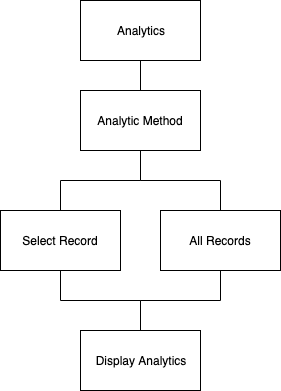
Earlier version of the draw.io export Thesis/images/Analytics.png (Perelan/Master). Source tidied: cells renumbered, new cells last; positions are measured from the earlier drawing's top-left corner, leaving out a move shared by most shapes. Source of this version:
```xml
<mxGraphModel>
  <root>
    <mxCell id="0" />
    <mxCell id="1" parent="0" />
    <mxCell id="2" style="edgeStyle=orthogonalEdgeStyle;rounded=0;jettySize=auto;html=1;exitX=0.5;exitY=1;exitDx=0;exitDy=0;entryX=0.5;entryY=0;entryDx=0;entryDy=0;endArrow=none;endFill=0;" parent="1" edge="1" source="3" target="6">
      <mxGeometry relative="1" as="geometry" />
    </mxCell>
    <mxCell id="3" value="Analytics" style="rounded=0;whiteSpace=wrap;html=1;" parent="1" vertex="1">
      <mxGeometry x="80" width="120" height="60" as="geometry" />
    </mxCell>
    <mxCell id="4" style="edgeStyle=orthogonalEdgeStyle;rounded=0;jettySize=auto;html=1;exitX=0.5;exitY=1;exitDx=0;exitDy=0;entryX=0.5;entryY=0;entryDx=0;entryDy=0;endArrow=none;endFill=0;" parent="1" edge="1" source="6" target="8">
      <mxGeometry relative="1" as="geometry" />
    </mxCell>
    <mxCell id="5" style="edgeStyle=orthogonalEdgeStyle;rounded=0;jettySize=auto;html=1;exitX=0.5;exitY=1;exitDx=0;exitDy=0;entryX=0.5;entryY=0;entryDx=0;entryDy=0;endArrow=none;endFill=0;" parent="1" edge="1" source="6" target="10">
      <mxGeometry relative="1" as="geometry" />
    </mxCell>
    <mxCell id="6" value="Analytic Method" style="rounded=0;whiteSpace=wrap;html=1;" parent="1" vertex="1">
      <mxGeometry x="80" y="90" width="120" height="60" as="geometry" />
    </mxCell>
    <mxCell id="7" style="edgeStyle=orthogonalEdgeStyle;rounded=0;jettySize=auto;html=1;exitX=0.5;exitY=1;exitDx=0;exitDy=0;entryX=0.5;entryY=0;entryDx=0;entryDy=0;endArrow=none;endFill=0;" parent="1" edge="1" source="8" target="11">
      <mxGeometry relative="1" as="geometry" />
    </mxCell>
    <mxCell id="8" value="Select Record" style="rounded=0;whiteSpace=wrap;html=1;" parent="1" vertex="1">
      <mxGeometry y="210" width="120" height="60" as="geometry" />
    </mxCell>
    <mxCell id="9" style="edgeStyle=orthogonalEdgeStyle;rounded=0;jettySize=auto;html=1;exitX=0.5;exitY=1;exitDx=0;exitDy=0;entryX=0.5;entryY=0;entryDx=0;entryDy=0;endArrow=none;endFill=0;" parent="1" edge="1" source="10" target="11">
      <mxGeometry relative="1" as="geometry" />
    </mxCell>
    <mxCell id="10" value="All Records" style="rounded=0;whiteSpace=wrap;html=1;" parent="1" vertex="1">
      <mxGeometry x="160" y="210" width="120" height="60" as="geometry" />
    </mxCell>
    <mxCell id="11" value="Display Analytics" style="rounded=0;whiteSpace=wrap;html=1;" parent="1" vertex="1">
      <mxGeometry x="80" y="330" width="120" height="60" as="geometry" />
    </mxCell>
  </root>
</mxGraphModel>
```
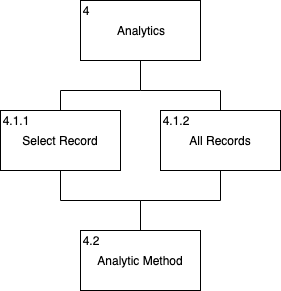
The same file after the commit.

Change to the diagram source:
```diff
@@ -2,21 +2,24 @@
   <root>
     <mxCell id="0" />
     <mxCell id="1" parent="0" />
-    <mxCell id="2" style="edgeStyle=orthogonalEdgeStyle;rounded=0;jettySize=auto;html=1;exitX=0.5;exitY=1;exitDx=0;exitDy=0;entryX=0.5;entryY=0;entryDx=0;entryDy=0;endArrow=none;endFill=0;" parent="1" edge="1" source="3" target="6">
-      <mxGeometry relative="1" as="geometry" />
+    <mxCell id="2" style="edgeStyle=orthogonalEdgeStyle;rounded=0;jettySize=auto;html=1;exitX=0.5;exitY=1;exitDx=0;exitDy=0;entryX=0.5;entryY=0;entryDx=0;entryDy=0;endArrow=none;endFill=0;" parent="1" edge="1" source="3">
+      <mxGeometry relative="1" as="geometry">
+        <mxPoint x="140" y="190" as="targetPoint" />
+      </mxGeometry>
     </mxCell>
     <mxCell id="3" value="Analytics" style="rounded=0;whiteSpace=wrap;html=1;" parent="1" vertex="1">
-      <mxGeometry x="80" width="120" height="60" as="geometry" />
+      <mxGeometry x="80" y="100" width="120" height="60" as="geometry" />
     </mxCell>
-    <mxCell id="4" style="edgeStyle=orthogonalEdgeStyle;rounded=0;jettySize=auto;html=1;exitX=0.5;exitY=1;exitDx=0;exitDy=0;entryX=0.5;entryY=0;entryDx=0;entryDy=0;endArrow=none;endFill=0;" parent="1" edge="1" source="6" target="8">
-      <mxGeometry relative="1" as="geometry" />
+    <mxCell id="4" style="edgeStyle=orthogonalEdgeStyle;rounded=0;jettySize=auto;html=1;exitX=0.5;exitY=1;exitDx=0;exitDy=0;entryX=0.5;entryY=0;entryDx=0;entryDy=0;endArrow=none;endFill=0;" parent="1" edge="1" target="8">
+      <mxGeometry relative="1" as="geometry">
+        <mxPoint x="140" y="190" as="sourcePoint" />
+      </mxGeometry>
     </mxCell>
-    <mxCell id="5" style="edgeStyle=orthogonalEdgeStyle;rounded=0;jettySize=auto;html=1;exitX=0.5;exitY=1;exitDx=0;exitDy=0;entryX=0.5;entryY=0;entryDx=0;entryDy=0;endArrow=none;endFill=0;" parent="1" edge="1" source="6" target="10">
-      <mxGeometry relative="1" as="geometry" />
+    <mxCell id="5" style="edgeStyle=orthogonalEdgeStyle;rounded=0;jettySize=auto;html=1;exitX=0.5;exitY=1;exitDx=0;exitDy=0;entryX=0.5;entryY=0;entryDx=0;entryDy=0;endArrow=none;endFill=0;" parent="1" edge="1" target="10">
+      <mxGeometry relative="1" as="geometry">
+        <mxPoint x="140" y="190" as="sourcePoint" />
+      </mxGeometry>
     </mxCell>
-    <mxCell id="6" value="Analytic Method" style="rounded=0;whiteSpace=wrap;html=1;" parent="1" vertex="1">
-      <mxGeometry x="80" y="90" width="120" height="60" as="geometry" />
-    </mxCell>
     <mxCell id="7" style="edgeStyle=orthogonalEdgeStyle;rounded=0;jettySize=auto;html=1;exitX=0.5;exitY=1;exitDx=0;exitDy=0;entryX=0.5;entryY=0;entryDx=0;entryDy=0;endArrow=none;endFill=0;" parent="1" edge="1" source="8" target="11">
       <mxGeometry relative="1" as="geometry" />
     </mxCell>
@@ -29,8 +32,20 @@
     <mxCell id="10" value="All Records" style="rounded=0;whiteSpace=wrap;html=1;" parent="1" vertex="1">
       <mxGeometry x="160" y="210" width="120" height="60" as="geometry" />
     </mxCell>
-    <mxCell id="11" value="Display Analytics" style="rounded=0;whiteSpace=wrap;html=1;" parent="1" vertex="1">
+    <mxCell id="11" value="Analytic Method" style="rounded=0;whiteSpace=wrap;html=1;" parent="1" vertex="1">
       <mxGeometry x="80" y="330" width="120" height="60" as="geometry" />
     </mxCell>
+    <mxCell id="12" value="4" style="text;html=1;strokeColor=none;fillColor=none;align=center;verticalAlign=middle;whiteSpace=wrap;rounded=0;" parent="1" vertex="1">
+      <mxGeometry x="80" y="100" width="10" height="20" as="geometry" />
+    </mxCell>
+    <mxCell id="13" value="4.1.1" style="text;html=1;strokeColor=none;fillColor=none;align=center;verticalAlign=middle;whiteSpace=wrap;rounded=0;" parent="1" vertex="1">
+      <mxGeometry y="210" width="30" height="20" as="geometry" />
+    </mxCell>
+    <mxCell id="14" value="4.1.2" style="text;html=1;strokeColor=none;fillColor=none;align=center;verticalAlign=middle;whiteSpace=wrap;rounded=0;" parent="1" vertex="1">
+      <mxGeometry x="160" y="210" width="30" height="20" as="geometry" />
+    </mxCell>
+    <mxCell id="15" value="4.2" style="text;html=1;strokeColor=none;fillColor=none;align=center;verticalAlign=middle;whiteSpace=wrap;rounded=0;" parent="1" vertex="1">
+      <mxGeometry x="80" y="330" width="20" height="20" as="geometry" />
+    </mxCell>
   </root>
 </mxGraphModel>
```
